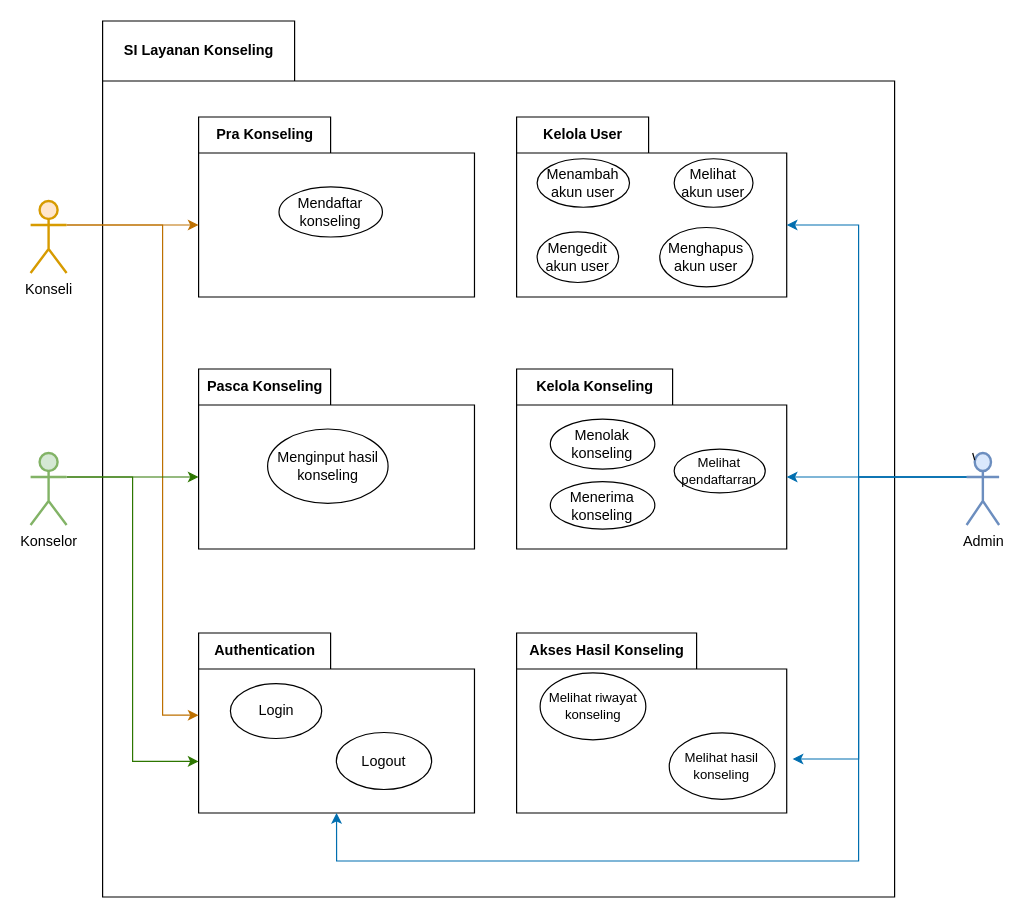
rhmdin/TB-APSI keeps this draw.io diagram as page "Package Diagram" (3 of 3) of UML.drawio. Above is the earlier version. Source tidied: cells renumbered, new cells numbered last; positions are measured from the earlier drawing's top-left corner, leaving out a move shared by most shapes. Both pictures are drawn from the tidied source at 120%, with x=0, y=0 at pixel (30, 20).
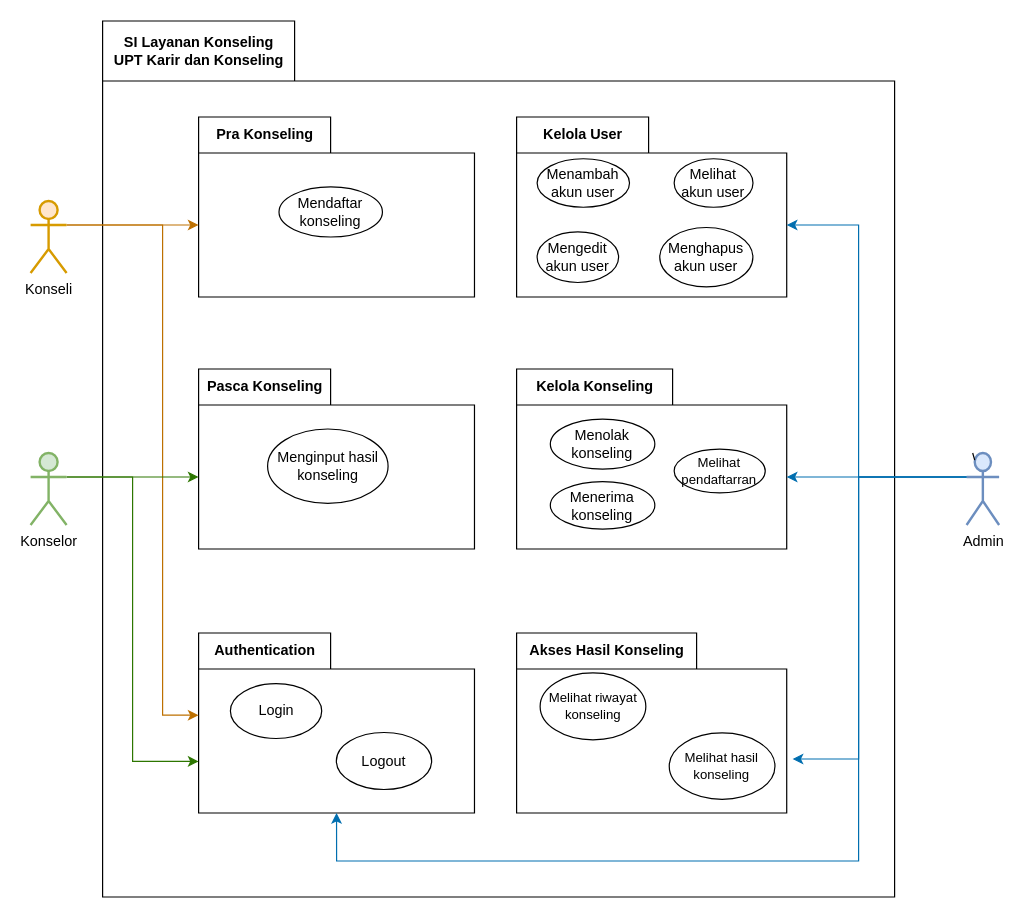
Above is the later version.

Commit message:
paket diagram komplit

Diff of the diagram source:
```diff
@@
-    <mxCell id="2" value="SI Layanan Konseling" style="shape=folder;fontStyle=1;tabWidth=160;tabHeight=50;tabPosition=left;html=1;boundedLbl=1;labelInHeader=1;" parent="1" vertex="1">
+    <mxCell id="2" value="SI Layanan Konseling&lt;br&gt;UPT Karir dan Konseling" style="shape=folder;fontStyle=1;tabWidth=160;tabHeight=50;tabPosition=left;html=1;boundedLbl=1;labelInHeader=1;" parent="1" vertex="1">
       <mxGeometry x="60" width="660" height="730" as="geometry" />
     </mxCell>
```
